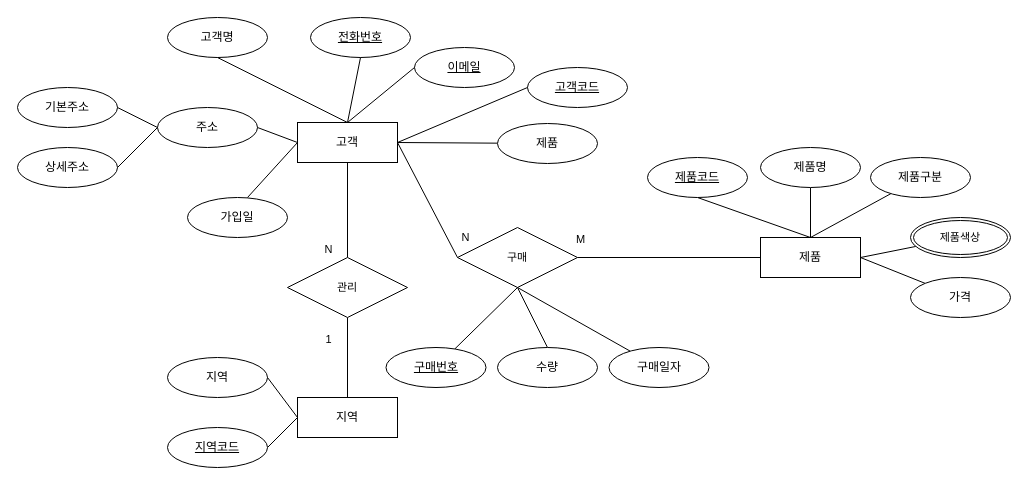
Robert0623/erd_24.10.25 keeps this draw.io diagram as page "개념모델링" (1 of 2) of 제목 없는 다이어그램.drawio. Above is the earlier version. Source tidied: cells renumbered, new cells numbered last; positions are measured from the earlier drawing's top-left corner, leaving out a move shared by most shapes. Both pictures are drawn from the tidied source at 100%, with x=0, y=0 at pixel (17, 17).
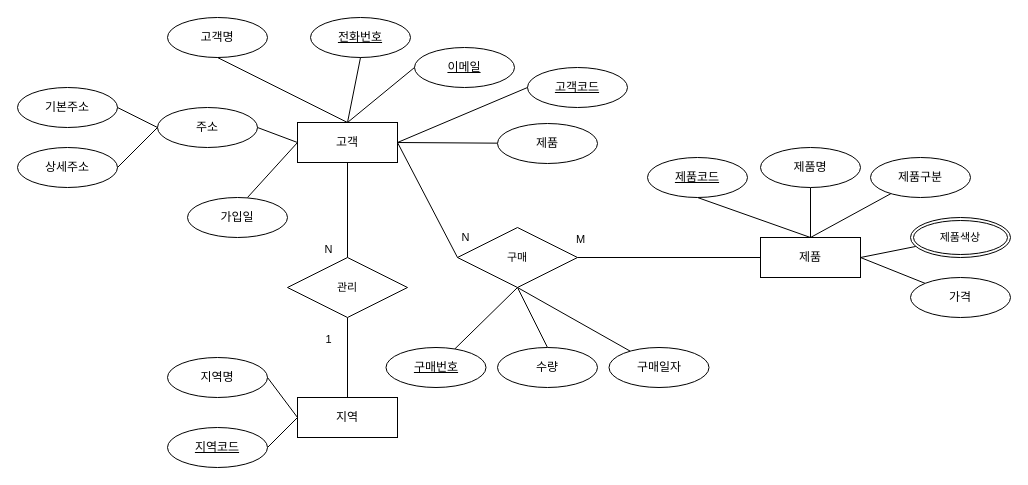
The same diagram, later.

Commit message:
제목 없는 다이어그램.drawio 업데이트

The edit, as a diff of the source:
```diff
@@
-    <mxCell id="20" value="지역" style="ellipse;whiteSpace=wrap;html=1;align=center;" parent="1" vertex="1">
+    <mxCell id="20" value="지역명" style="ellipse;whiteSpace=wrap;html=1;align=center;" parent="1" vertex="1">
       <mxGeometry x="150" y="340" width="100" height="40" as="geometry" />
     </mxCell>
```
